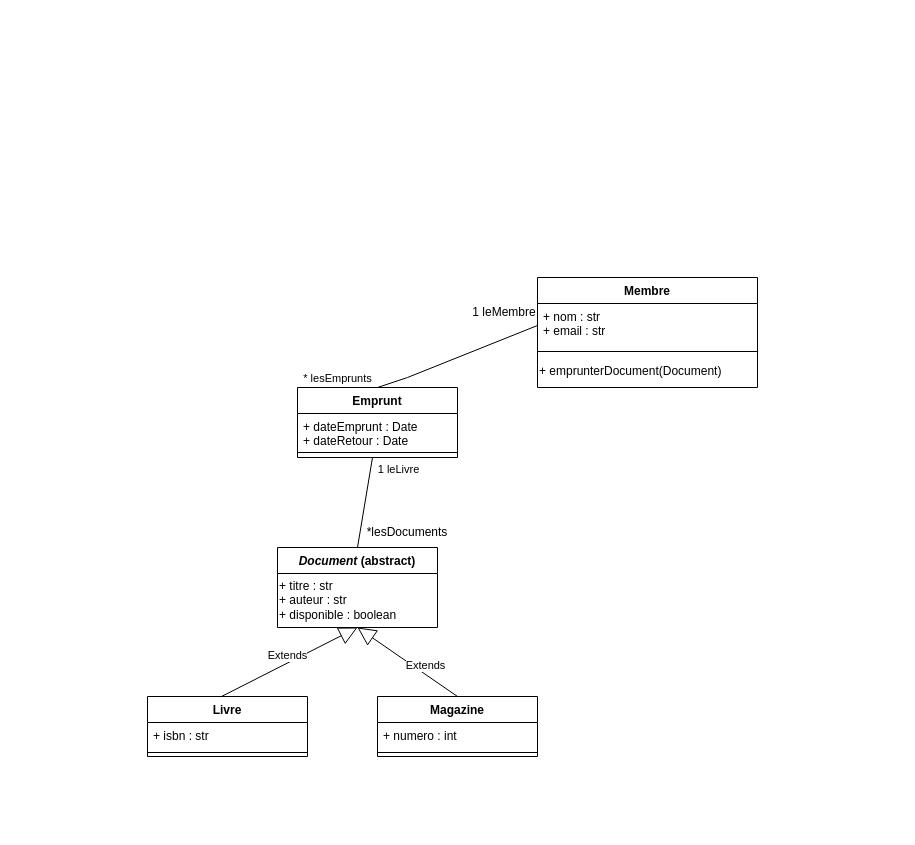
Earlier version of the draw.io diagram ClassModel.drawio (PierreBadelek/Projet-POO-Bibliotheque). Source tidied: cells renumbered, new cells numbered last; positions are measured from the earlier drawing's top-left corner, leaving out a move shared by most shapes. Both pictures are drawn from the tidied source at 100%, with x=0, y=0 at pixel (147, 277).
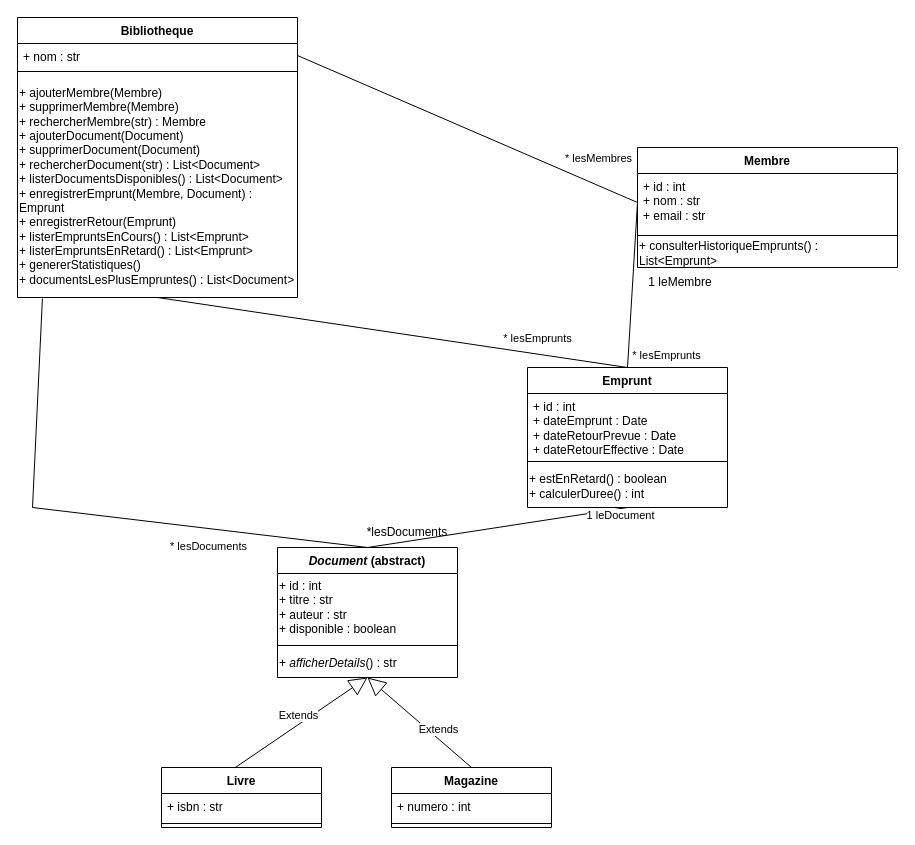
The same page after the edit.

Commit message:
Nouveau diagramme de classe

What changed in the source:
```diff
@@
+    <mxCell id="25" value="Bibliotheque" style="swimlane;fontStyle=1;align=center;verticalAlign=top;horizontal=1;startSize=26;whiteSpace=wrap;html=1;" parent="1" vertex="1">
+      <mxGeometry x="-130" y="-260" width="280" height="280" as="geometry" />
+    </mxCell>
+    <mxCell id="26" value="+ nom : str" style="text;strokeColor=none;fillColor=none;align=left;verticalAlign=top;spacingLeft=4;spacingRight=4;overflow=hidden;points=[[0,0.5],[1,0.5]];portConstraint=eastwest;whiteSpace=wrap;html=1;" parent="25" vertex="1">
+      <mxGeometry y="26" width="280" height="24" as="geometry" />
+    </mxCell>
+    <mxCell id="27" style="line;strokeWidth=1;fillColor=none;align=left;verticalAlign=middle;spacingTop=-1;spacingLeft=3;spacingRight=3;labelPosition=right;strokeColor=inherit;" parent="25" vertex="1">
+      <mxGeometry y="50" width="280" height="8" as="geometry" />
+    </mxCell>
+    <mxCell id="28" value="+ ajouterMembre(Membre)&lt;div&gt;+ supprimerMembre(Membre)&lt;/div&gt;&lt;div&gt;+ rechercherMembre(str) : Membre&lt;/div&gt;&lt;div&gt;+ ajouterDocument(Document)&lt;/div&gt;&lt;div&gt;+ supprimerDocument(Document)&lt;/div&gt;&lt;div&gt;+ rechercherDocument(str) : List&amp;lt;Document&amp;gt;&lt;/div&gt;&lt;div&gt;+ listerDocumentsDisponibles() : List&amp;lt;Document&amp;gt;&lt;/div&gt;&lt;div&gt;+ enregistrerEmprunt(Membre, Document) : Emprunt&lt;/div&gt;&lt;div&gt;+ enregistrerRetour(Emprunt)&lt;/div&gt;&lt;div&gt;+ listerEmpruntsEnCours() : List&amp;lt;Emprunt&amp;gt;&lt;/div&gt;&lt;div&gt;+ listerEmpruntsEnRetard() : List&amp;lt;Emprunt&amp;gt;&lt;/div&gt;&lt;div&gt;+ genererStatistiques()&lt;/div&gt;&lt;div&gt;+ documentsLesPlusEmpruntes() : List&amp;lt;Document&amp;gt;&lt;/div&gt;" style="text;html=1;whiteSpace=wrap;strokeColor=none;fillColor=none;align=left;verticalAlign=middle;rounded=0;" parent="25" vertex="1">
+      <mxGeometry y="58" width="280" height="222" as="geometry" />
+    </mxCell>
     <mxCell id="2" value="&lt;i&gt;Document&lt;/i&gt; (abstract)" style="swimlane;fontStyle=1;align=center;verticalAlign=top;horizontal=1;startSize=26;whiteSpace=wrap;html=1;rounded=0;gradientColor=none;" parent="1" vertex="1">
-      <mxGeometry x="130" y="270" width="160" height="80" as="geometry" />
+      <mxGeometry x="130" y="270" width="180" height="130" as="geometry" />
     </mxCell>
-    <mxCell id="3" value="+ titre : str&lt;div&gt;+ auteur : str&lt;/div&gt;&lt;div&gt;+ disponible : boolean&lt;/div&gt;" style="text;html=1;whiteSpace=wrap;strokeColor=none;fillColor=none;align=left;verticalAlign=middle;rounded=0;" parent="2" vertex="1">
-      <mxGeometry y="26" width="160" height="54" as="geometry" />
+    <mxCell id="3" value="+ id : int&lt;div&gt;+ titre : str&lt;/div&gt;&lt;div&gt;+ auteur : str&lt;/div&gt;&lt;div&gt;+ disponible : boolean&lt;/div&gt;" style="text;html=1;whiteSpace=wrap;strokeColor=none;fillColor=none;align=left;verticalAlign=middle;rounded=0;" parent="2" vertex="1">
+      <mxGeometry y="26" width="180" height="68" as="geometry" />
     </mxCell>
+    <mxCell id="29" style="line;strokeWidth=1;fillColor=none;align=left;verticalAlign=middle;spacingTop=-1;spacingLeft=3;spacingRight=3;labelPosition=right;strokeColor=inherit;" parent="2" vertex="1">
+      <mxGeometry y="94" width="180" height="8" as="geometry" />
+    </mxCell>
+    <mxCell id="30" value="+ &lt;i&gt;afficherDetails&lt;/i&gt;() : str" style="text;html=1;whiteSpace=wrap;strokeColor=none;fillColor=none;align=left;verticalAlign=middle;rounded=0;" parent="2" vertex="1">
+      <mxGeometry y="102" width="180" height="28" as="geometry" />
+    </mxCell>
     <mxCell id="4" value="Livre" style="swimlane;fontStyle=1;align=center;verticalAlign=top;horizontal=1;startSize=26;whiteSpace=wrap;html=1;" parent="1" vertex="1">
-      <mxGeometry y="419" width="160" height="60" as="geometry" />
+      <mxGeometry x="14" y="490" width="160" height="60" as="geometry" />
     </mxCell>
@@
     <mxCell id="7" value="Magazine&lt;div&gt;&lt;br&gt;&lt;/div&gt;" style="swimlane;fontStyle=1;align=center;verticalAlign=top;horizontal=1;startSize=26;whiteSpace=wrap;html=1;" parent="1" vertex="1">
-      <mxGeometry x="230" y="419" width="160" height="60" as="geometry" />
+      <mxGeometry x="244" y="490" width="160" height="60" as="geometry" />
     </mxCell>
@@
     <mxCell id="10" value="Emprunt&lt;div&gt;&lt;br&gt;&lt;/div&gt;" style="swimlane;fontStyle=1;align=center;verticalAlign=top;horizontal=1;startSize=26;whiteSpace=wrap;html=1;" parent="1" vertex="1">
-      <mxGeometry x="150" y="110" width="160" height="70" as="geometry" />
+      <mxGeometry x="380" y="90" width="200" height="140" as="geometry" />
     </mxCell>
-    <mxCell id="11" value="+ dateEmprunt : Date&lt;div&gt;+ dateRetour : Date&lt;/div&gt;&lt;div&gt;&lt;br&gt;&lt;/div&gt;" style="text;strokeColor=none;fillColor=none;align=left;verticalAlign=top;spacingLeft=4;spacingRight=4;overflow=hidden;whiteSpace=wrap;html=1;" parent="10" vertex="1">
-      <mxGeometry y="26" width="160" height="34" as="geometry" />
+    <mxCell id="11" value="+ id : int&lt;div&gt;+ dateEmprunt : Date&lt;/div&gt;&lt;div&gt;+ dateRetourPrevue : Date&lt;/div&gt;&lt;div&gt;+ dateRetourEffective : Date&lt;/div&gt;" style="text;strokeColor=none;fillColor=none;align=left;verticalAlign=top;spacingLeft=4;spacingRight=4;overflow=hidden;whiteSpace=wrap;html=1;" parent="10" vertex="1">
+      <mxGeometry y="26" width="200" height="64" as="geometry" />
     </mxCell>
     <mxCell id="12" style="line;strokeWidth=1;fillColor=none;align=left;verticalAlign=middle;spacingTop=-1;spacingLeft=3;spacingRight=3;labelPosition=right;strokeColor=inherit;" parent="10" vertex="1">
-      <mxGeometry y="60" width="160" height="10" as="geometry" />
+      <mxGeometry y="90" width="200" height="8" as="geometry" />
     </mxCell>
+    <mxCell id="31" value="+ estEnRetard() : boolean&lt;div&gt;+ calculerDuree() : int&lt;/div&gt;" style="text;html=1;whiteSpace=wrap;strokeColor=none;fillColor=none;align=left;verticalAlign=middle;rounded=0;" parent="10" vertex="1">
+      <mxGeometry y="98" width="200" height="42" as="geometry" />
+    </mxCell>
     <mxCell id="13" value="Membre" style="swimlane;fontStyle=1;align=center;verticalAlign=top;horizontal=1;startSize=26;whiteSpace=wrap;html=1;" parent="1" vertex="1">
-      <mxGeometry x="390" width="220" height="110" as="geometry" />
+      <mxGeometry x="490" y="-130" width="260" height="120" as="geometry" />
     </mxCell>
-    <mxCell id="14" value="&lt;div&gt;+ nom : str&lt;/div&gt;&lt;div&gt;+ email : str&lt;/div&gt;" style="text;strokeColor=none;fillColor=none;align=left;verticalAlign=top;spacingLeft=4;spacingRight=4;overflow=hidden;points=[[0,0.5],[1,0.5]];portConstraint=eastwest;whiteSpace=wrap;html=1;" parent="13" vertex="1">
-      <mxGeometry y="26" width="220" height="44" as="geometry" />
+    <mxCell id="14" value="&lt;div&gt;+ id : int&lt;/div&gt;&lt;div&gt;+ nom : str&lt;/div&gt;&lt;div&gt;+ email : str&lt;/div&gt;" style="text;strokeColor=none;fillColor=none;align=left;verticalAlign=top;spacingLeft=4;spacingRight=4;overflow=hidden;points=[[0,0.5],[1,0.5]];portConstraint=eastwest;whiteSpace=wrap;html=1;" parent="13" vertex="1">
+      <mxGeometry y="26" width="260" height="58" as="geometry" />
     </mxCell>
     <mxCell id="15" style="line;strokeWidth=1;fillColor=none;align=left;verticalAlign=middle;spacingTop=-1;spacingLeft=3;spacingRight=3;labelPosition=right;strokeColor=inherit;" parent="13" vertex="1">
-      <mxGeometry y="70" width="220" height="8" as="geometry" />
+      <mxGeometry y="84" width="260" height="8" as="geometry" />
     </mxCell>
-    <mxCell id="16" value="+ emprunterDocument(Document)" style="text;html=1;whiteSpace=wrap;strokeColor=none;fillColor=none;align=left;verticalAlign=middle;rounded=0;" parent="13" vertex="1">
-      <mxGeometry y="78" width="220" height="32" as="geometry" />
+    <mxCell id="16" value="+ consulterHistoriqueEmprunts() : List&amp;lt;Emprunt&amp;gt;" style="text;html=1;whiteSpace=wrap;strokeColor=none;fillColor=none;align=left;verticalAlign=middle;rounded=0;" parent="13" vertex="1">
+      <mxGeometry y="92" width="260" height="28" as="geometry" />
     </mxCell>
@@
-    <mxCell id="19" style="endArrow=none;html=1;rounded=0;exitX=0.5;exitY=0;exitDx=0;exitDy=0;" parent="1" edge="1" source="2">
-      <mxGeometry relative="1" as="geometry">
-        <mxPoint x="225" y="180" as="targetPoint" />
-      </mxGeometry>
+    <mxCell id="19" style="endArrow=none;html=1;rounded=0;exitX=0.5;exitY=0;exitDx=0;exitDy=0;entryX=0.5;entryY=1;entryDx=0;entryDy=0;" parent="1" edge="1" source="2" target="31">
+      <mxGeometry relative="1" as="geometry" />
     </mxCell>
-    <mxCell id="20" value="1 leLivre" style="edgeLabel;html=1;align=center;verticalAlign=middle;" parent="19" vertex="1">
+    <mxCell id="20" value="1 leDocument" style="edgeLabel;html=1;align=center;verticalAlign=middle;" parent="19" vertex="1">
       <mxGeometry x="0.75" y="-2" relative="1" as="geometry">
         <mxPoint x="25" as="offset" />
       </mxGeometry>
     </mxCell>
     <mxCell id="21" style="endArrow=none;html=1;rounded=0;exitX=0.5;exitY=0;exitDx=0;exitDy=0;entryX=0;entryY=0.5;entryDx=0;entryDy=0;" parent="1" edge="1" source="10" target="14">
-      <mxGeometry relative="1" as="geometry">
-        <Array as="points">
-          <mxPoint x="260" y="100" />
-        </Array>
-      </mxGeometry>
+      <mxGeometry relative="1" as="geometry" />
     </mxCell>
     <mxCell id="22" value="* lesEmprunts" style="edgeLabel;html=1;align=center;verticalAlign=middle;" parent="21" vertex="1">
       <mxGeometry x="-0.87" relative="1" as="geometry">
-        <mxPoint x="-51" y="-6" as="offset" />
+        <mxPoint x="-91" y="-19" as="offset" />
       </mxGeometry>
     </mxCell>
     <mxCell id="23" value="1 leMembre" style="text;html=1;whiteSpace=wrap;strokeColor=none;fillColor=none;align=center;verticalAlign=middle;rounded=0;" parent="1" vertex="1">
-      <mxGeometry x="310" y="20" width="94" height="30" as="geometry" />
+      <mxGeometry x="486" y="-10" width="94" height="30" as="geometry" />
     </mxCell>
@@
+    <mxCell id="32" style="endArrow=none;html=1;rounded=0;exitX=1;exitY=0.5;exitDx=0;exitDy=0;entryX=0;entryY=0.5;entryDx=0;entryDy=0;" parent="1" edge="1" source="26" target="14">
+      <mxGeometry relative="1" as="geometry" />
+    </mxCell>
+    <mxCell id="33" value="* lesMembres" style="edgeLabel;html=1;align=center;verticalAlign=middle;" parent="32" vertex="1">
+      <mxGeometry x="-0.71" y="1" relative="1" as="geometry">
+        <mxPoint x="251" y="82" as="offset" />
+      </mxGeometry>
+    </mxCell>
+    <mxCell id="34" style="endArrow=none;html=1;rounded=0;exitX=0.5;exitY=0;exitDx=0;exitDy=0;entryX=0.089;entryY=1.005;entryDx=0;entryDy=0;entryPerimeter=0;" parent="1" edge="1" source="2" target="28">
+      <mxGeometry relative="1" as="geometry">
+        <Array as="points">
+          <mxPoint x="-115" y="230" />
+        </Array>
+      </mxGeometry>
+    </mxCell>
+    <mxCell id="35" value="* lesDocuments" style="edgeLabel;html=1;align=center;verticalAlign=middle;" parent="34" vertex="1">
+      <mxGeometry x="0.89" y="-2" relative="1" as="geometry">
+        <mxPoint x="165" y="217" as="offset" />
+      </mxGeometry>
+    </mxCell>
+    <mxCell id="36" style="endArrow=none;html=1;rounded=0;exitX=0.5;exitY=0;exitDx=0;exitDy=0;entryX=0.5;entryY=1;entryDx=0;entryDy=0;" parent="1" edge="1" source="10" target="25">
+      <mxGeometry relative="1" as="geometry" />
+    </mxCell>
+    <mxCell id="37" value="* lesEmprunts" style="edgeLabel;html=1;align=center;verticalAlign=middle;" parent="1" vertex="1">
+      <mxGeometry x="470" y="90" as="geometry">
+        <mxPoint x="48" y="-13" as="offset" />
+      </mxGeometry>
+    </mxCell>
```
